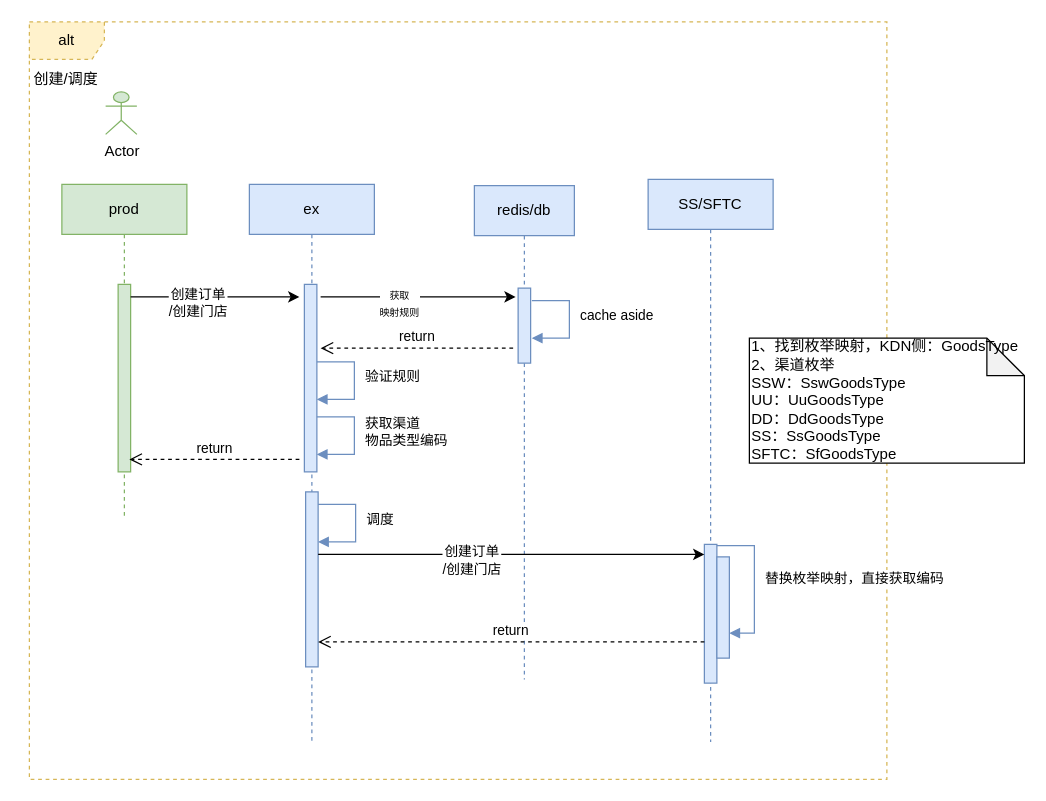
The draw.io diagram page "第 5 页 的副本" (6 of 6) of 物品类型映射.drawio in unclequentin/diagrams, before the edit. Source tidied: cells renumbered, new cells numbered last; positions are measured from the earlier drawing's top-left corner, leaving out a move shared by most shapes. Both pictures are drawn from the tidied source at 125%, with x=0, y=0 at pixel (21, 21).
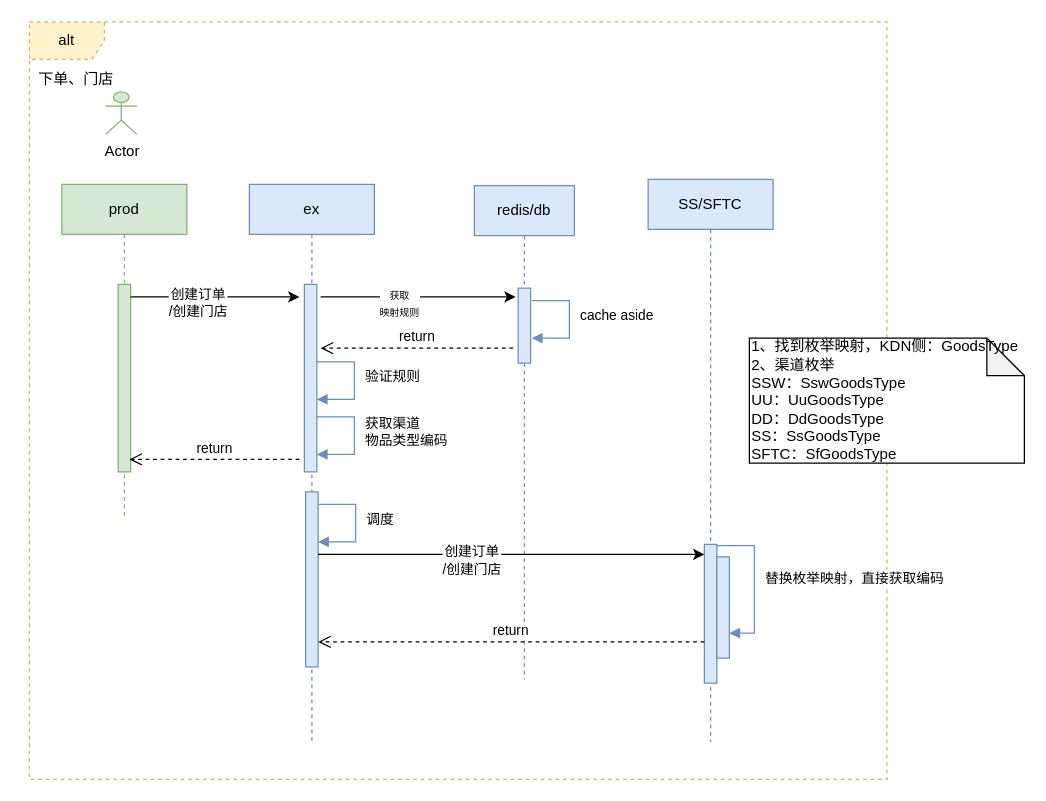
Above is the later version.

Commit message (it also covers changes not shown here):
更新物品类型映射.drawio

What changed in the source:
```diff
@@
-    <mxCell id="12" value="创建/调度" style="text;html=1;align=center;verticalAlign=middle;strokeColor=none;fillColor=none;" parent="1" vertex="1">
-      <mxGeometry y="31" width="70" height="30" as="geometry" />
+    <mxCell id="12" value="下单、门店" style="text;html=1;align=center;verticalAlign=middle;strokeColor=none;fillColor=none;" parent="1" vertex="1">
+      <mxGeometry x="3" y="31" width="80" height="30" as="geometry" />
     </mxCell>
```
